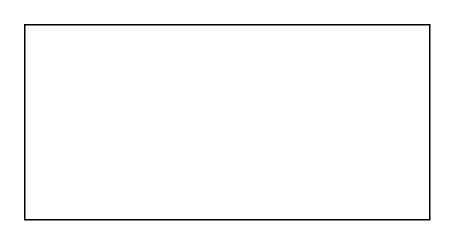
Above: 登录.drawio in haixyyz/diagrams-sh (draw.io), before the change. Source tidied: cells renumbered, new cells numbered last; positions are measured from the earlier drawing's top-left corner, leaving out a move shared by most shapes. Both pictures are drawn from the tidied source at 150%, with x=0, y=0 at pixel (24, 24).
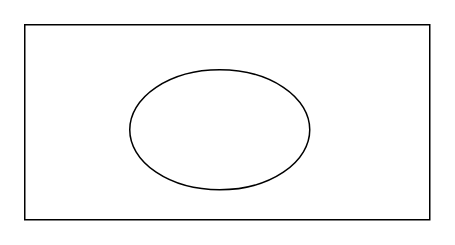
Above is the later version.

Change to the diagram source:
```diff
@@
 <mxGraphModel>
   <root>
     <mxCell id="0" />
     <mxCell id="1" parent="0" />
     <mxCell id="2" style="rounded=0;whiteSpace=wrap;html=1;" parent="1" vertex="1">
       <mxGeometry width="270" height="130" as="geometry" />
     </mxCell>
+    <mxCell id="3" style="ellipse;whiteSpace=wrap;html=1;" parent="1" vertex="1">
+      <mxGeometry x="70" y="30" width="120" height="80" as="geometry" />
+    </mxCell>
   </root>
 </mxGraphModel>
```
